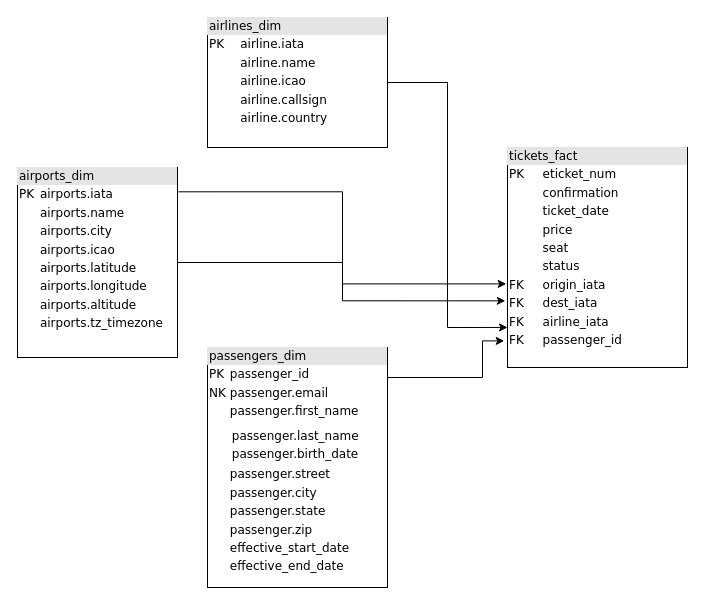
This is data_modeling/air_travel_data_modeling.drawio from rgiosa10/data-modeling-cr, a draw.io file, before an edit. Source tidied: cells renumbered, new cells numbered last; positions are measured from the earlier drawing's top-left corner, leaving out a move shared by most shapes. Both pictures are drawn from the tidied source at 100%, with x=0, y=0 at pixel (17, 17).
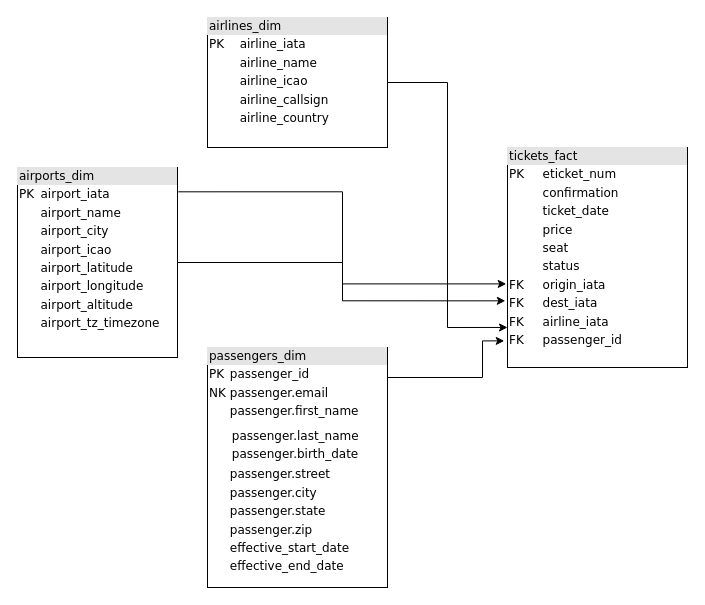
The same page after the edit.

Commit message (it also covers changes not shown here):
Rename columns and updated data model to reflect as well

Diff of the diagram source:
```diff
@@
 <mxGraphModel>
   <root>
     <mxCell id="0" />
     <mxCell id="1" parent="0" />
     <mxCell id="2" style="edgeStyle=orthogonalEdgeStyle;rounded=0;jettySize=auto;html=1;entryX=0;entryY=0.818;entryDx=0;entryDy=0;entryPerimeter=0;" parent="1" edge="1" source="3" target="9">
       <mxGeometry relative="1" as="geometry" />
     </mxCell>
-    <mxCell id="3" value="&lt;div style=&quot;box-sizing: border-box ; width: 100% ; background: #e4e4e4 ; padding: 2px&quot;&gt;airlines_dim&lt;/div&gt;&lt;table style=&quot;width: 100% ; font-size: 1em&quot; cellpadding=&quot;2&quot; cellspacing=&quot;0&quot;&gt;&lt;tbody&gt;&lt;tr&gt;&lt;td&gt;PK&lt;/td&gt;&lt;td&gt;airline.iata&lt;/td&gt;&lt;/tr&gt;&lt;tr&gt;&lt;td&gt;&lt;br&gt;&lt;/td&gt;&lt;td&gt;airline.name&lt;/td&gt;&lt;/tr&gt;&lt;tr&gt;&lt;td&gt;&lt;/td&gt;&lt;td&gt;airline.icao&lt;/td&gt;&lt;/tr&gt;&lt;tr&gt;&lt;td&gt;&lt;br&gt;&lt;/td&gt;&lt;td&gt;airline.callsign&lt;br&gt;&lt;/td&gt;&lt;/tr&gt;&lt;tr&gt;&lt;td&gt;&lt;br&gt;&lt;/td&gt;&lt;td&gt;airline.country&lt;/td&gt;&lt;/tr&gt;&lt;/tbody&gt;&lt;/table&gt;" style="verticalAlign=top;align=left;overflow=fill;html=1;rounded=0;shadow=0;comic=0;labelBackgroundColor=none;strokeWidth=1;fontFamily=Verdana;fontSize=12;" parent="1" vertex="1">
+    <mxCell id="3" value="&lt;div style=&quot;box-sizing: border-box ; width: 100% ; background: #e4e4e4 ; padding: 2px&quot;&gt;airlines_dim&lt;/div&gt;&lt;table style=&quot;width: 100% ; font-size: 1em&quot; cellpadding=&quot;2&quot; cellspacing=&quot;0&quot;&gt;&lt;tbody&gt;&lt;tr&gt;&lt;td&gt;PK&lt;/td&gt;&lt;td&gt;airline_iata&lt;/td&gt;&lt;/tr&gt;&lt;tr&gt;&lt;td&gt;&lt;br&gt;&lt;/td&gt;&lt;td&gt;airline_name&lt;/td&gt;&lt;/tr&gt;&lt;tr&gt;&lt;td&gt;&lt;/td&gt;&lt;td&gt;airline_icao&lt;/td&gt;&lt;/tr&gt;&lt;tr&gt;&lt;td&gt;&lt;br&gt;&lt;/td&gt;&lt;td&gt;airline_callsign&lt;br&gt;&lt;/td&gt;&lt;/tr&gt;&lt;tr&gt;&lt;td&gt;&lt;br&gt;&lt;/td&gt;&lt;td&gt;airline_country&lt;/td&gt;&lt;/tr&gt;&lt;/tbody&gt;&lt;/table&gt;" style="verticalAlign=top;align=left;overflow=fill;html=1;rounded=0;shadow=0;comic=0;labelBackgroundColor=none;strokeWidth=1;fontFamily=Verdana;fontSize=12;" parent="1" vertex="1">
       <mxGeometry x="190" width="180" height="130" as="geometry" />
     </mxCell>
     <mxCell id="4" style="edgeStyle=orthogonalEdgeStyle;rounded=0;jettySize=auto;html=1;entryX=-0.007;entryY=0.62;entryDx=0;entryDy=0;entryPerimeter=0;exitX=1.005;exitY=0.128;exitDx=0;exitDy=0;exitPerimeter=0;" parent="1" edge="1" source="6" target="9">
       <mxGeometry relative="1" as="geometry" />
     </mxCell>
     <mxCell id="5" style="edgeStyle=orthogonalEdgeStyle;rounded=0;jettySize=auto;html=1;entryX=-0.012;entryY=0.697;entryDx=0;entryDy=0;entryPerimeter=0;" parent="1" edge="1" source="6" target="9">
       <mxGeometry relative="1" as="geometry" />
     </mxCell>
-    <mxCell id="6" value="&lt;div style=&quot;box-sizing: border-box ; width: 100% ; background: #e4e4e4 ; padding: 2px&quot;&gt;airports_dim&lt;/div&gt;&lt;table style=&quot;width: 100% ; font-size: 1em&quot; cellpadding=&quot;2&quot; cellspacing=&quot;0&quot;&gt;&lt;tbody&gt;&lt;tr&gt;&lt;td&gt;PK&lt;/td&gt;&lt;td&gt;airports.iata&lt;/td&gt;&lt;/tr&gt;&lt;tr&gt;&lt;td&gt;&lt;/td&gt;&lt;td&gt;airports.name&lt;/td&gt;&lt;/tr&gt;&lt;tr&gt;&lt;td&gt;&lt;/td&gt;&lt;td&gt;airports.city&lt;/td&gt;&lt;/tr&gt;&lt;tr&gt;&lt;td&gt;&lt;br&gt;&lt;/td&gt;&lt;td&gt;airports.icao&lt;br&gt;&lt;/td&gt;&lt;/tr&gt;&lt;tr&gt;&lt;td&gt;&lt;br&gt;&lt;/td&gt;&lt;td&gt;airports.latitude&lt;br&gt;&lt;/td&gt;&lt;/tr&gt;&lt;tr&gt;&lt;td&gt;&lt;br&gt;&lt;/td&gt;&lt;td&gt;airports.longitude&lt;/td&gt;&lt;/tr&gt;&lt;tr&gt;&lt;td&gt;&lt;br&gt;&lt;/td&gt;&lt;td&gt;airports.altitude&lt;br&gt;&lt;/td&gt;&lt;/tr&gt;&lt;tr&gt;&lt;td&gt;&lt;br&gt;&lt;/td&gt;&lt;td&gt;airports.tz_timezone&lt;/td&gt;&lt;/tr&gt;&lt;/tbody&gt;&lt;/table&gt;" style="verticalAlign=top;align=left;overflow=fill;html=1;rounded=0;shadow=0;comic=0;labelBackgroundColor=none;strokeWidth=1;fontFamily=Verdana;fontSize=12;" parent="1" vertex="1">
+    <mxCell id="6" value="&lt;div style=&quot;box-sizing: border-box ; width: 100% ; background: #e4e4e4 ; padding: 2px&quot;&gt;airports_dim&lt;/div&gt;&lt;table style=&quot;width: 100% ; font-size: 1em&quot; cellpadding=&quot;2&quot; cellspacing=&quot;0&quot;&gt;&lt;tbody&gt;&lt;tr&gt;&lt;td&gt;PK&lt;/td&gt;&lt;td&gt;airport_iata&lt;/td&gt;&lt;/tr&gt;&lt;tr&gt;&lt;td&gt;&lt;/td&gt;&lt;td&gt;airport_name&lt;/td&gt;&lt;/tr&gt;&lt;tr&gt;&lt;td&gt;&lt;/td&gt;&lt;td&gt;airport_city&lt;/td&gt;&lt;/tr&gt;&lt;tr&gt;&lt;td&gt;&lt;br&gt;&lt;/td&gt;&lt;td&gt;airport_icao&lt;br&gt;&lt;/td&gt;&lt;/tr&gt;&lt;tr&gt;&lt;td&gt;&lt;br&gt;&lt;/td&gt;&lt;td&gt;airport_latitude&lt;br&gt;&lt;/td&gt;&lt;/tr&gt;&lt;tr&gt;&lt;td&gt;&lt;br&gt;&lt;/td&gt;&lt;td&gt;airport_longitude&lt;/td&gt;&lt;/tr&gt;&lt;tr&gt;&lt;td&gt;&lt;br&gt;&lt;/td&gt;&lt;td&gt;airport_altitude&lt;br&gt;&lt;/td&gt;&lt;/tr&gt;&lt;tr&gt;&lt;td&gt;&lt;br&gt;&lt;/td&gt;&lt;td&gt;airport_tz_timezone&lt;/td&gt;&lt;/tr&gt;&lt;/tbody&gt;&lt;/table&gt;" style="verticalAlign=top;align=left;overflow=fill;html=1;rounded=0;shadow=0;comic=0;labelBackgroundColor=none;strokeWidth=1;fontFamily=Verdana;fontSize=12;" parent="1" vertex="1">
       <mxGeometry y="150" width="160" height="190" as="geometry" />
     </mxCell>
     <mxCell id="7" style="edgeStyle=orthogonalEdgeStyle;rounded=0;jettySize=auto;html=1;entryX=-0.018;entryY=0.879;entryDx=0;entryDy=0;entryPerimeter=0;" parent="1" edge="1" source="8" target="9">
       <mxGeometry relative="1" as="geometry">
         <Array as="points">
           <mxPoint x="465" y="360" />
           <mxPoint x="465" y="323" />
         </Array>
       </mxGeometry>
     </mxCell>
     <mxCell id="8" value="&lt;div style=&quot;box-sizing: border-box ; width: 100% ; background: #e4e4e4 ; padding: 2px&quot;&gt;passengers_dim&lt;/div&gt;&lt;table style=&quot;width: 100% ; font-size: 1em&quot; cellpadding=&quot;2&quot; cellspacing=&quot;0&quot;&gt;&lt;tbody&gt;&lt;tr&gt;&lt;td&gt;PK&lt;/td&gt;&lt;td&gt;passenger_id&lt;/td&gt;&lt;/tr&gt;&lt;tr&gt;&lt;td&gt;NK&lt;/td&gt;&lt;td&gt;passenger.email&lt;/td&gt;&lt;/tr&gt;&lt;tr&gt;&lt;td&gt;&lt;/td&gt;&lt;td&gt;passenger.first_name&lt;/td&gt;&lt;/tr&gt;&lt;tr&gt;&lt;td&gt;&lt;br&gt;&lt;/td&gt;&lt;td&gt;&lt;table style=&quot;border-color: var(--border-color); font-size: 1em; width: 180px;&quot; cellpadding=&quot;2&quot; cellspacing=&quot;0&quot;&gt;&lt;tbody style=&quot;border-color: var(--border-color);&quot;&gt;&lt;tr style=&quot;border-color: var(--border-color);&quot;&gt;&lt;td style=&quot;border-color: var(--border-color);&quot;&gt;&lt;/td&gt;&lt;/tr&gt;&lt;tr style=&quot;border-color: var(--border-color);&quot;&gt;&lt;td style=&quot;border-color: var(--border-color);&quot;&gt;passenger.last_name&lt;/td&gt;&lt;/tr&gt;&lt;tr style=&quot;border-color: var(--border-color);&quot;&gt;&lt;td style=&quot;border-color: var(--border-color);&quot;&gt;passenger.birth_date&lt;/td&gt;&lt;/tr&gt;&lt;/tbody&gt;&lt;/table&gt;&lt;/td&gt;&lt;/tr&gt;&lt;tr&gt;&lt;td&gt;&lt;br&gt;&lt;/td&gt;&lt;td&gt;passenger.street&lt;br&gt;&lt;/td&gt;&lt;/tr&gt;&lt;tr&gt;&lt;td&gt;&lt;br&gt;&lt;/td&gt;&lt;td&gt;passenger.city&lt;br&gt;&lt;/td&gt;&lt;/tr&gt;&lt;tr&gt;&lt;td&gt;&lt;br&gt;&lt;/td&gt;&lt;td&gt;passenger.state&lt;/td&gt;&lt;/tr&gt;&lt;tr&gt;&lt;td&gt;&lt;br&gt;&lt;/td&gt;&lt;td&gt;passenger.zip&lt;/td&gt;&lt;/tr&gt;&lt;tr&gt;&lt;td&gt;&lt;br&gt;&lt;/td&gt;&lt;td&gt;effective_start_date&lt;/td&gt;&lt;/tr&gt;&lt;tr&gt;&lt;td&gt;&lt;br&gt;&lt;/td&gt;&lt;td&gt;effective_end_date&lt;/td&gt;&lt;/tr&gt;&lt;/tbody&gt;&lt;/table&gt;" style="verticalAlign=top;align=left;overflow=fill;html=1;rounded=0;shadow=0;comic=0;labelBackgroundColor=none;strokeWidth=1;fontFamily=Verdana;fontSize=12;" parent="1" vertex="1">
       <mxGeometry x="190" y="330" width="180" height="240" as="geometry" />
     </mxCell>
     <mxCell id="9" value="&lt;div style=&quot;box-sizing: border-box ; width: 100% ; background: #e4e4e4 ; padding: 2px&quot;&gt;tickets_fact&lt;/div&gt;&lt;table style=&quot;width: 100% ; font-size: 1em&quot; cellpadding=&quot;2&quot; cellspacing=&quot;0&quot;&gt;&lt;tbody&gt;&lt;tr&gt;&lt;td&gt;PK&lt;/td&gt;&lt;td&gt;eticket_num&lt;/td&gt;&lt;/tr&gt;&lt;tr&gt;&lt;td&gt;&lt;br&gt;&lt;/td&gt;&lt;td&gt;confirmation&lt;/td&gt;&lt;/tr&gt;&lt;tr&gt;&lt;td&gt;&lt;/td&gt;&lt;td&gt;ticket_date&lt;/td&gt;&lt;/tr&gt;&lt;tr&gt;&lt;td&gt;&lt;br&gt;&lt;/td&gt;&lt;td&gt;price&lt;br&gt;&lt;/td&gt;&lt;/tr&gt;&lt;tr&gt;&lt;td&gt;&lt;br&gt;&lt;/td&gt;&lt;td&gt;seat&lt;/td&gt;&lt;/tr&gt;&lt;tr&gt;&lt;td&gt;&lt;br&gt;&lt;/td&gt;&lt;td&gt;status&lt;/td&gt;&lt;/tr&gt;&lt;tr&gt;&lt;td&gt;FK&lt;/td&gt;&lt;td&gt;origin_iata&lt;/td&gt;&lt;/tr&gt;&lt;tr&gt;&lt;td&gt;FK&lt;/td&gt;&lt;td&gt;dest_iata&lt;/td&gt;&lt;/tr&gt;&lt;tr&gt;&lt;td&gt;FK&lt;/td&gt;&lt;td&gt;airline_iata&lt;/td&gt;&lt;/tr&gt;&lt;tr&gt;&lt;td&gt;FK&lt;/td&gt;&lt;td&gt;passenger_id&lt;/td&gt;&lt;/tr&gt;&lt;/tbody&gt;&lt;/table&gt;" style="verticalAlign=top;align=left;overflow=fill;html=1;rounded=0;shadow=0;comic=0;labelBackgroundColor=none;strokeWidth=1;fontFamily=Verdana;fontSize=12;" parent="1" vertex="1">
       <mxGeometry x="490" y="130" width="180" height="220" as="geometry" />
     </mxCell>
   </root>
 </mxGraphModel>
```
